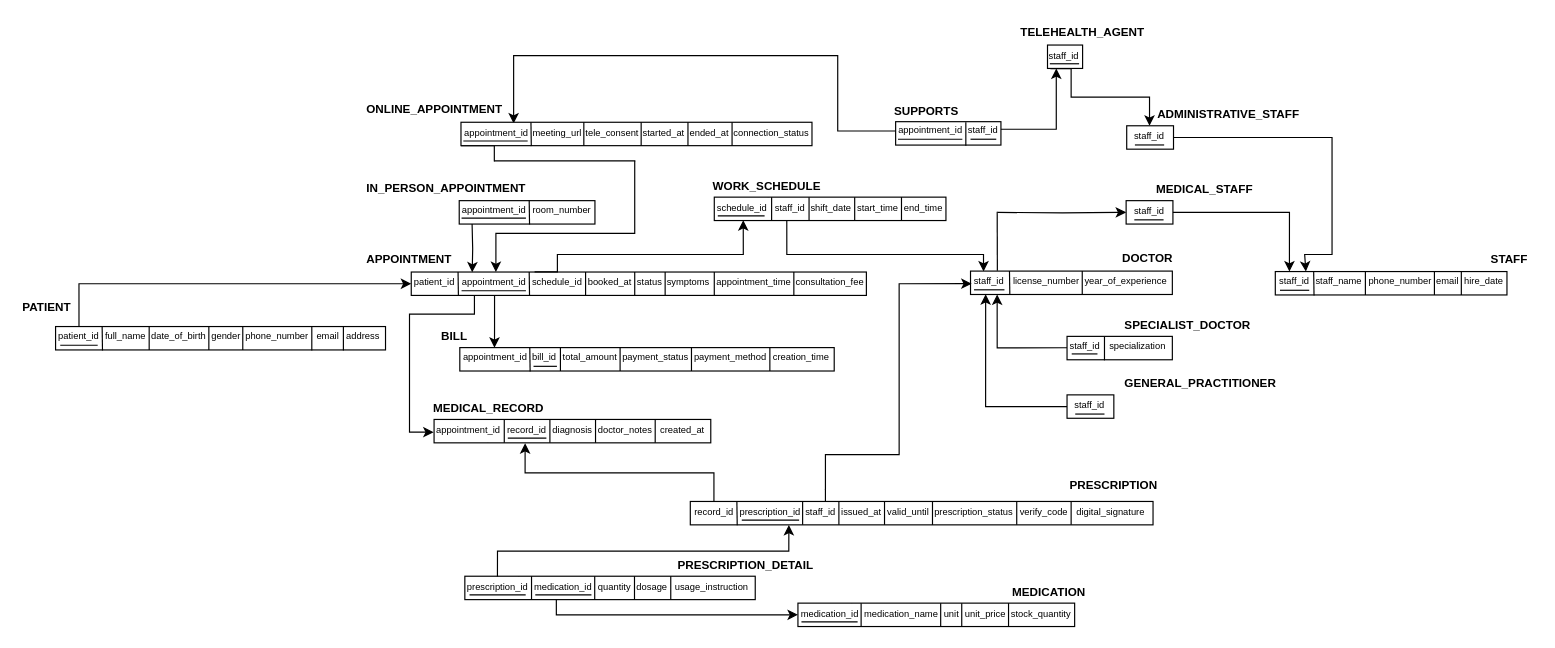
Cinzogoni/Database_Telemedicine keeps this draw.io diagram as Telemedicine_RS_Design-02.drawio. Above is the earlier version. Source tidied: cells renumbered, new cells numbered last; positions are measured from the earlier drawing's top-left corner, leaving out a move shared by most shapes. Both pictures are drawn from the tidied source at 117%, with x=0, y=0 at pixel (20, 20).
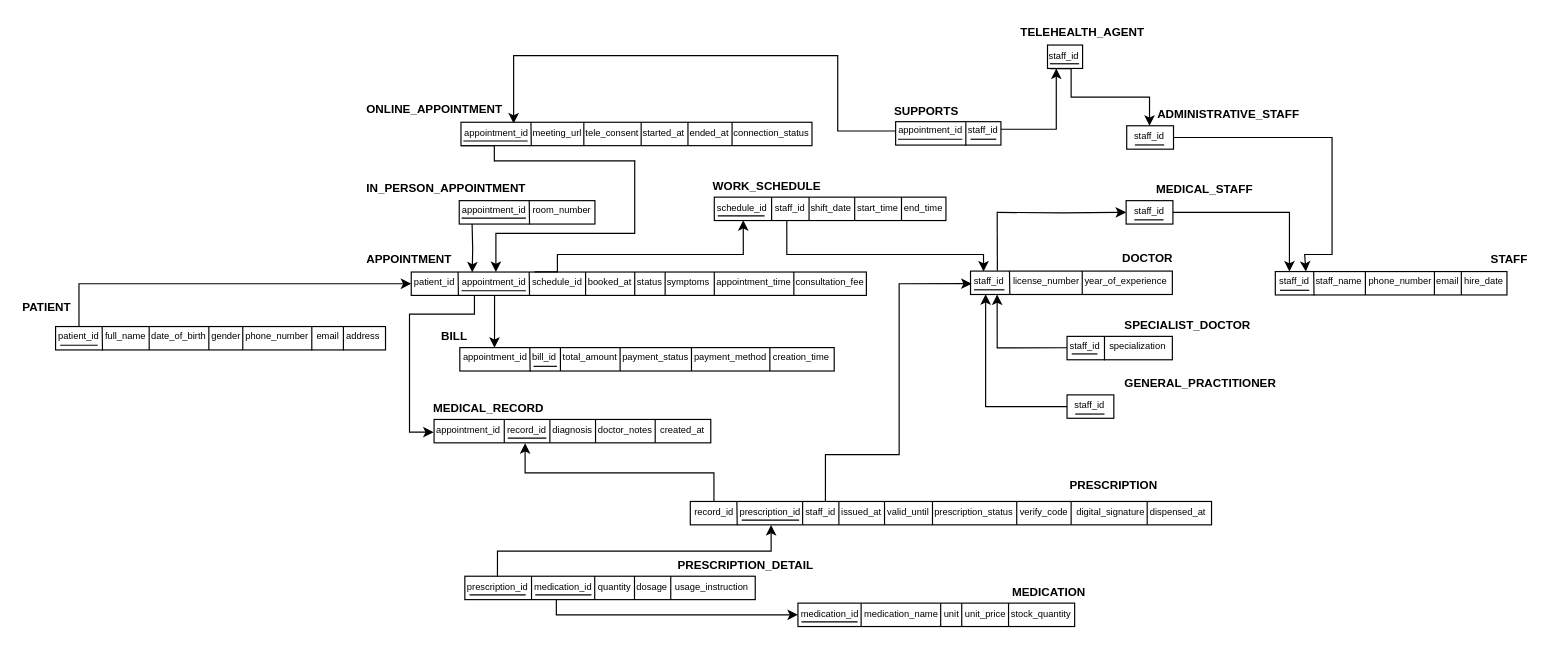
The same page after the edit.

The change refers to these unchanged cells:
```xml
<mxCell id="181" value="&lt;span style=&quot;font-size: 8px;&quot;&gt;prescription_id&lt;/span&gt;" style="text;html=1;whiteSpace=wrap;strokeColor=none;fillColor=none;align=center;verticalAlign=middle;rounded=0;" parent="1" vertex="1">
  <mxGeometry x="383.8" y="476" width="48" height="13" as="geometry" />
</mxCell>
```

Diff of the diagram source:
```diff
@@
     <mxCell id="145" style="rounded=0;whiteSpace=wrap;html=1;fontSize=10;" parent="1" vertex="1">
-      <mxGeometry x="572.5" y="411.1" width="395.5" height="20" as="geometry" />
+      <mxGeometry x="572.5" y="411.1" width="445.5" height="20" as="geometry" />
     </mxCell>
@@
-    <mxCell id="192" style="edgeStyle=orthogonalEdgeStyle;rounded=0;jettySize=auto;html=1;exitX=0.497;exitY=-0.06;exitDx=0;exitDy=0;entryX=0.213;entryY=1.002;entryDx=0;entryDy=0;entryPerimeter=0;defaultLabelBackgroundColor=page;labelPadding=0 4;exitPerimeter=0;" parent="1" edge="1" source="181" target="145">
-      <mxGeometry x="0.01" relative="1" as="geometry" />
+    <mxCell id="192" style="edgeStyle=orthogonalEdgeStyle;rounded=0;jettySize=auto;html=1;exitX=0.497;exitY=-0.06;exitDx=0;exitDy=0;entryX=0.155;entryY=1.003;entryDx=0;entryDy=0;entryPerimeter=0;defaultLabelBackgroundColor=page;labelPadding=0 4;exitPerimeter=0;" parent="1" edge="1" source="181" target="145">
+      <mxGeometry x="0.11" relative="1" as="geometry" />
     </mxCell>
@@
+    <mxCell id="214" value="&lt;span style=&quot;font-size: 8px;&quot;&gt;dispensed_at&lt;/span&gt;" style="text;html=1;whiteSpace=wrap;strokeColor=none;fillColor=none;align=center;verticalAlign=middle;rounded=0;" parent="1" vertex="1">
+      <mxGeometry x="961" y="412.1" width="57" height="13" as="geometry" />
+    </mxCell>
+    <mxCell id="215" style="edgeStyle=orthogonalEdgeStyle;rounded=0;orthogonalLoop=1;jettySize=auto;html=1;exitX=0.75;exitY=1;exitDx=0;exitDy=0;entryX=0.187;entryY=1.02;entryDx=0;entryDy=0;entryPerimeter=0;defaultLabelBackgroundColor=page;labelPadding=0 4;endArrow=none;endFill=0;" parent="1" edge="1">
+      <mxGeometry relative="1" as="geometry">
+        <mxPoint x="963" y="411" as="sourcePoint" />
+        <mxPoint x="963" y="431" as="targetPoint" />
+      </mxGeometry>
+    </mxCell>
```
